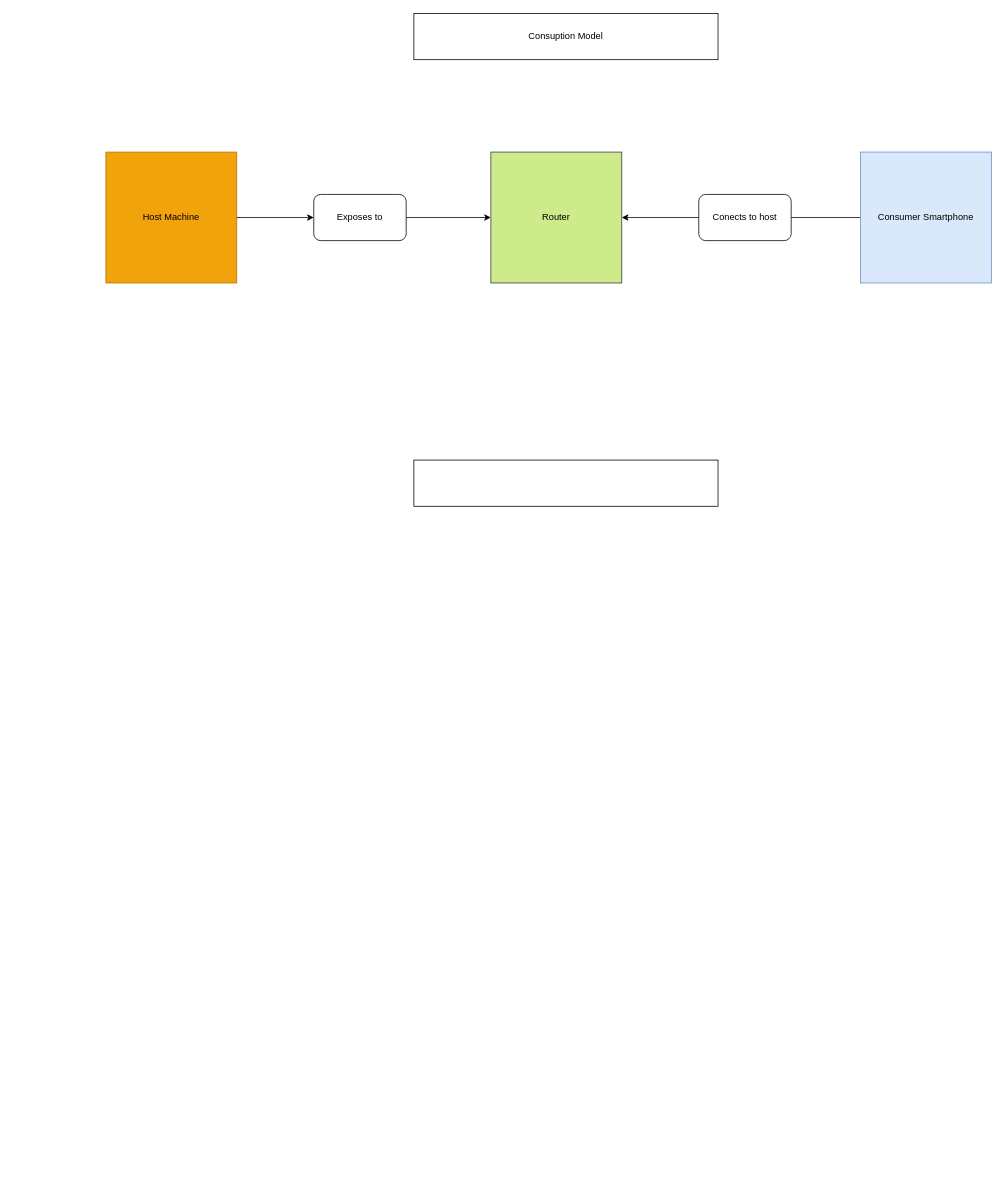
The draw.io diagram docs/app_schema.drawio in Demian143/RemoteControl, before the edit. Source tidied: cells renumbered, new cells numbered last; positions are measured from the earlier drawing's top-left corner, leaving out a move shared by most shapes. Both pictures are drawn from the tidied source at 77%, with x=0, y=0 at pixel (105, 13).
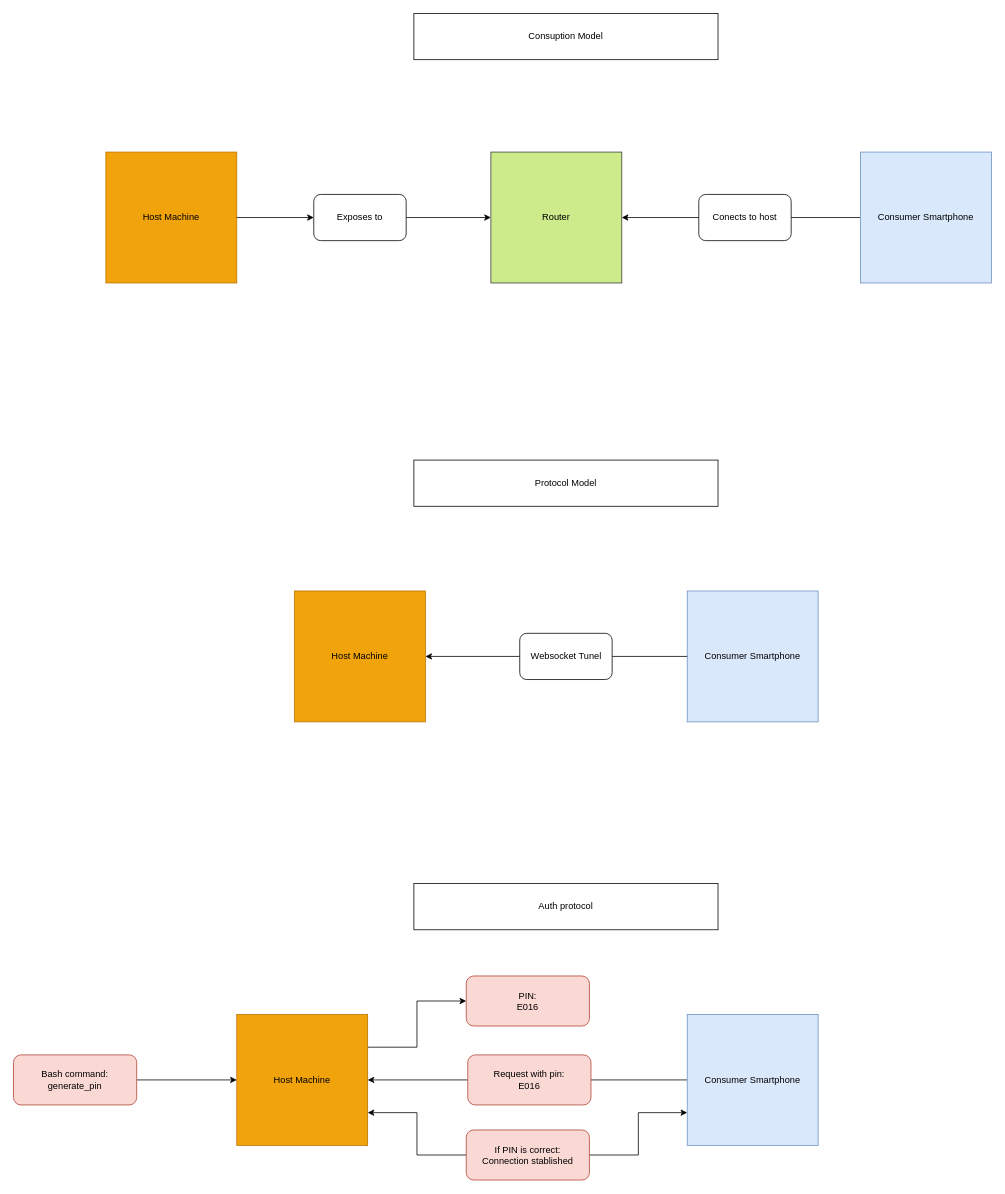
The same diagram, later.

What changed in the source:
```diff
@@
-    <mxCell id="11" style="rounded=0;whiteSpace=wrap;html=1;" parent="1" vertex="1">
+    <mxCell id="11" value="Protocol Model" style="rounded=0;whiteSpace=wrap;html=1;" parent="1" vertex="1">
       <mxGeometry x="400" y="580" width="395" height="60" as="geometry" />
     </mxCell>
+    <mxCell id="12" value="Host Machine" style="whiteSpace=wrap;html=1;fillColor=#f0a30a;fontColor=#000000;strokeColor=#BD7000;" parent="1" vertex="1">
+      <mxGeometry x="245" y="750" width="170" height="170" as="geometry" />
+    </mxCell>
+    <mxCell id="13" style="edgeStyle=orthogonalEdgeStyle;rounded=0;jettySize=auto;html=1;exitX=0;exitY=0.5;exitDx=0;exitDy=0;entryX=1;entryY=0.5;entryDx=0;entryDy=0;" parent="1" edge="1" source="16" target="12">
+      <mxGeometry relative="1" as="geometry" />
+    </mxCell>
+    <mxCell id="14" value="Consumer Smartphone" style="whiteSpace=wrap;html=1;fillColor=#dae8fc;strokeColor=#6c8ebf;" parent="1" vertex="1">
+      <mxGeometry x="755" y="750" width="170" height="170" as="geometry" />
+    </mxCell>
+    <mxCell id="15" style="edgeStyle=orthogonalEdgeStyle;rounded=0;jettySize=auto;html=1;exitX=0;exitY=0.5;exitDx=0;exitDy=0;entryX=1;entryY=0.5;entryDx=0;entryDy=0;endArrow=none;endFill=0;" parent="1" edge="1" source="14" target="16">
+      <mxGeometry relative="1" as="geometry" />
+    </mxCell>
+    <mxCell id="16" value="Websocket Tunel" style="rounded=1;whiteSpace=wrap;html=1;" parent="1" vertex="1">
+      <mxGeometry x="537.5" y="805" width="120" height="60" as="geometry" />
+    </mxCell>
+    <mxCell id="17" value="Auth protocol" style="rounded=0;whiteSpace=wrap;html=1;" parent="1" vertex="1">
+      <mxGeometry x="400" y="1130" width="395" height="60" as="geometry" />
+    </mxCell>
+    <mxCell id="18" style="edgeStyle=orthogonalEdgeStyle;rounded=0;jettySize=auto;html=1;exitX=1;exitY=0.75;exitDx=0;exitDy=0;entryX=0;entryY=0.5;entryDx=0;entryDy=0;endArrow=none;endFill=0;startArrow=classic;startFill=1;" parent="1" edge="1" source="20" target="29">
+      <mxGeometry relative="1" as="geometry" />
+    </mxCell>
+    <mxCell id="19" style="edgeStyle=orthogonalEdgeStyle;rounded=0;jettySize=auto;html=1;exitX=1;exitY=0.25;exitDx=0;exitDy=0;entryX=0;entryY=0.5;entryDx=0;entryDy=0;" parent="1" edge="1" source="20" target="25">
+      <mxGeometry relative="1" as="geometry" />
+    </mxCell>
+    <mxCell id="20" value="Host Machine" style="whiteSpace=wrap;html=1;fillColor=#f0a30a;fontColor=#000000;strokeColor=#BD7000;" parent="1" vertex="1">
+      <mxGeometry x="170" y="1300" width="170" height="170" as="geometry" />
+    </mxCell>
+    <mxCell id="21" style="edgeStyle=orthogonalEdgeStyle;rounded=0;jettySize=auto;html=1;endArrow=none;endFill=0;" parent="1" edge="1" source="22" target="27">
+      <mxGeometry relative="1" as="geometry" />
+    </mxCell>
+    <mxCell id="22" value="Consumer Smartphone" style="whiteSpace=wrap;html=1;fillColor=#dae8fc;strokeColor=#6c8ebf;" parent="1" vertex="1">
+      <mxGeometry x="755" y="1300" width="170" height="170" as="geometry" />
+    </mxCell>
+    <mxCell id="23" style="edgeStyle=orthogonalEdgeStyle;rounded=0;jettySize=auto;html=1;entryX=0;entryY=0.5;entryDx=0;entryDy=0;" parent="1" edge="1" source="24" target="20">
+      <mxGeometry relative="1" as="geometry" />
+    </mxCell>
+    <mxCell id="24" value="Bash command: generate_pin" style="rounded=1;whiteSpace=wrap;html=1;fillColor=#fad9d5;strokeColor=#ae4132;" parent="1" vertex="1">
+      <mxGeometry x="-120" y="1352.5" width="160" height="65" as="geometry" />
+    </mxCell>
+    <mxCell id="25" value="PIN:&lt;div&gt;E016&lt;/div&gt;" style="rounded=1;whiteSpace=wrap;html=1;fillColor=#fad9d5;strokeColor=#ae4132;" parent="1" vertex="1">
+      <mxGeometry x="468" y="1250" width="160" height="65" as="geometry" />
+    </mxCell>
+    <mxCell id="26" style="edgeStyle=orthogonalEdgeStyle;rounded=0;jettySize=auto;html=1;entryX=1;entryY=0.5;entryDx=0;entryDy=0;" parent="1" edge="1" source="27" target="20">
+      <mxGeometry relative="1" as="geometry" />
+    </mxCell>
+    <mxCell id="27" value="Request with pin:&lt;div&gt;E016&lt;/div&gt;" style="rounded=1;whiteSpace=wrap;html=1;fillColor=#fad9d5;strokeColor=#ae4132;" parent="1" vertex="1">
+      <mxGeometry x="470" y="1352.5" width="160" height="65" as="geometry" />
+    </mxCell>
+    <mxCell id="28" style="edgeStyle=orthogonalEdgeStyle;rounded=0;jettySize=auto;html=1;entryX=0;entryY=0.75;entryDx=0;entryDy=0;" parent="1" edge="1" source="29" target="22">
+      <mxGeometry relative="1" as="geometry" />
+    </mxCell>
+    <mxCell id="29" value="If PIN is correct:&lt;div&gt;Connection stablished&lt;/div&gt;" style="rounded=1;whiteSpace=wrap;html=1;fillColor=#fad9d5;strokeColor=#ae4132;" parent="1" vertex="1">
+      <mxGeometry x="468" y="1450" width="160" height="65" as="geometry" />
+    </mxCell>
```
